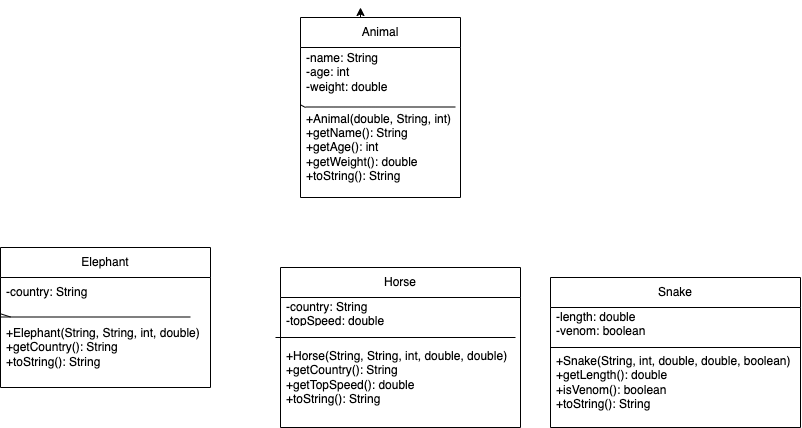
Above: task5.png in HeHealth/Homework-Starter (draw.io), before the change. Source tidied: cells renumbered, new cells last; positions are measured from the earlier drawing's top-left corner, leaving out a move shared by most shapes.
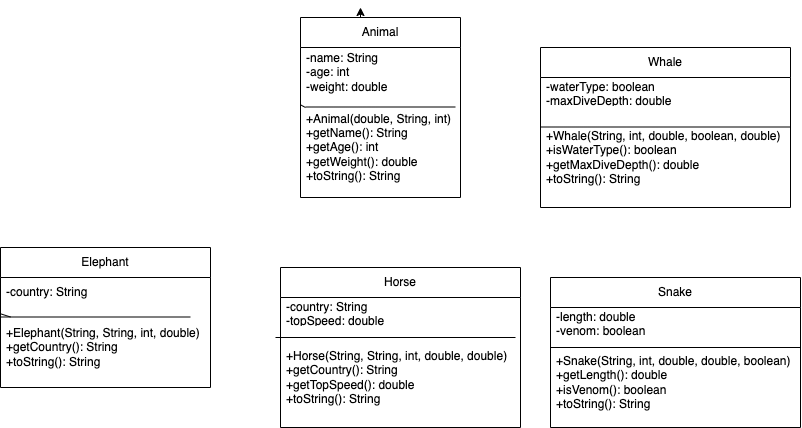
Above is the later version.

Change to the diagram source:
```diff
@@ -77,5 +77,20 @@
     <mxCell id="20" value="+Snake(String, int, double, double, boolean)&lt;br&gt;+getLength(): double&lt;br&gt;+isVenom(): boolean&lt;br&gt;+toString(): String" style="text;strokeColor=none;fillColor=none;align=left;verticalAlign=middle;spacingLeft=4;spacingRight=4;overflow=hidden;whiteSpace=wrap;html=1;" parent="17" vertex="1">
       <mxGeometry y="60" width="250" height="90" as="geometry" />
     </mxCell>
+    <mxCell id="21" value="Whale" style="swimlane;fontStyle=0;horizontal=1;startSize=30;whiteSpace=wrap;html=1;" parent="1" vertex="1">
+      <mxGeometry x="540" y="40" width="250" height="160" as="geometry" />
+    </mxCell>
+    <mxCell id="22" value="-waterType: boolean&lt;br&gt;-maxDiveDepth: double" style="text;strokeColor=none;fillColor=none;align=left;verticalAlign=middle;spacingLeft=4;spacingRight=4;overflow=hidden;whiteSpace=wrap;html=1;" parent="21" vertex="1">
+      <mxGeometry y="30" width="250" height="30" as="geometry" />
+    </mxCell>
+    <mxCell id="23" style="endArrow=none;html=1;rounded=0;" parent="21" edge="1">
+      <mxGeometry relative="1" as="geometry">
+        <mxPoint y="79.5" as="sourcePoint" />
+        <mxPoint x="250" y="79.5" as="targetPoint" />
+      </mxGeometry>
+    </mxCell>
+    <mxCell id="24" value="+Whale(String, int, double, boolean, double)&lt;br&gt;+isWaterType(): boolean&lt;br&gt;+getMaxDiveDepth(): double&lt;br&gt;+toString(): String" style="text;strokeColor=none;fillColor=none;align=left;verticalAlign=middle;spacingLeft=4;spacingRight=4;overflow=hidden;whiteSpace=wrap;html=1;" parent="21" vertex="1">
+      <mxGeometry y="60" width="250" height="100" as="geometry" />
+    </mxCell>
   </root>
 </mxGraphModel>
```
